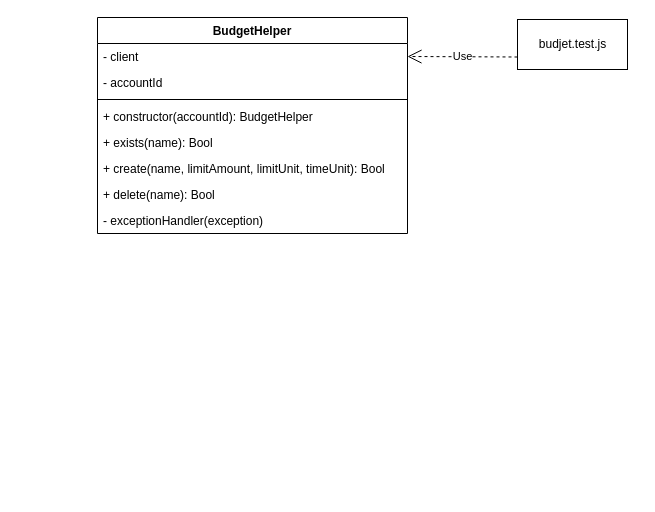
Earlier version of the draw.io diagram doc/class_diagram.drawio (NicolasGlassey/VIR1-COST). Source tidied: cells renumbered, new cells numbered last; positions are measured from the earlier drawing's top-left corner, leaving out a move shared by most shapes. Both pictures are drawn from the tidied source at 100%, with x=0, y=0 at pixel (97, 17).
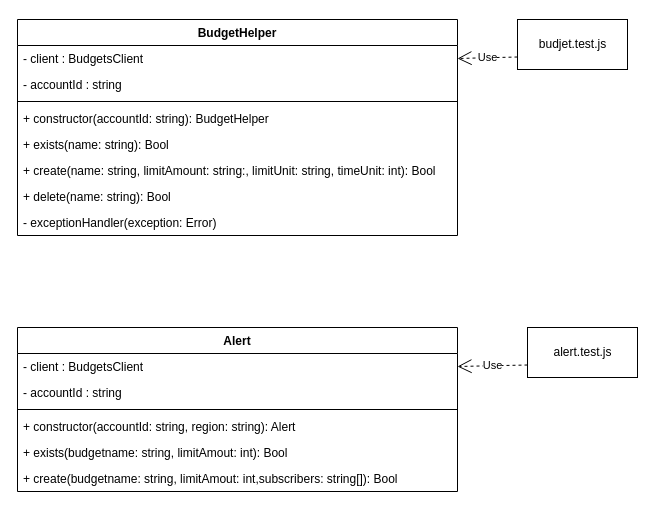
Above is the later version.

Commit message:
Update class diagram

What changed in the source:
```diff
@@
     <mxCell id="2" value="BudgetHelper" style="swimlane;fontStyle=1;align=center;verticalAlign=top;horizontal=1;startSize=26;" parent="1" vertex="1">
-      <mxGeometry width="310" height="216" as="geometry" />
+      <mxGeometry x="-80" y="2" width="440" height="216" as="geometry" />
     </mxCell>
-    <mxCell id="3" value="- client" style="text;strokeColor=none;fillColor=none;align=left;verticalAlign=top;spacingLeft=4;spacingRight=4;overflow=hidden;points=[[0,0.5],[1,0.5]];portConstraint=eastwest;" parent="2" vertex="1">
-      <mxGeometry y="26" width="310" height="26" as="geometry" />
+    <mxCell id="3" value="- client : BudgetsClient" style="text;strokeColor=none;fillColor=none;align=left;verticalAlign=top;spacingLeft=4;spacingRight=4;overflow=hidden;points=[[0,0.5],[1,0.5]];portConstraint=eastwest;" parent="2" vertex="1">
+      <mxGeometry y="26" width="440" height="26" as="geometry" />
     </mxCell>
-    <mxCell id="4" value="- accountId" style="text;strokeColor=none;fillColor=none;align=left;verticalAlign=top;spacingLeft=4;spacingRight=4;overflow=hidden;" parent="2" vertex="1">
-      <mxGeometry y="52" width="310" height="26" as="geometry" />
+    <mxCell id="4" value="- accountId : string" style="text;strokeColor=none;fillColor=none;align=left;verticalAlign=top;spacingLeft=4;spacingRight=4;overflow=hidden;" parent="2" vertex="1">
+      <mxGeometry y="52" width="440" height="26" as="geometry" />
     </mxCell>
     <mxCell id="5" style="line;strokeWidth=1;fillColor=none;align=left;verticalAlign=middle;spacingTop=-1;spacingLeft=3;spacingRight=3;labelPosition=right;" parent="2" vertex="1">
-      <mxGeometry y="78" width="310" height="8" as="geometry" />
+      <mxGeometry y="78" width="440" height="8" as="geometry" />
     </mxCell>
-    <mxCell id="6" value="+ constructor(accountId): BudgetHelper" style="text;strokeColor=none;fillColor=none;align=left;verticalAlign=top;spacingLeft=4;spacingRight=4;overflow=hidden;" parent="2" vertex="1">
-      <mxGeometry y="86" width="310" height="26" as="geometry" />
+    <mxCell id="6" value="+ constructor(accountId: string): BudgetHelper" style="text;strokeColor=none;fillColor=none;align=left;verticalAlign=top;spacingLeft=4;spacingRight=4;overflow=hidden;" parent="2" vertex="1">
+      <mxGeometry y="86" width="440" height="26" as="geometry" />
     </mxCell>
-    <mxCell id="7" value="+ exists(name): Bool" style="text;strokeColor=none;fillColor=none;align=left;verticalAlign=top;spacingLeft=4;spacingRight=4;overflow=hidden;" parent="2" vertex="1">
-      <mxGeometry y="112" width="310" height="26" as="geometry" />
+    <mxCell id="7" value="+ exists(name: string): Bool" style="text;strokeColor=none;fillColor=none;align=left;verticalAlign=top;spacingLeft=4;spacingRight=4;overflow=hidden;" parent="2" vertex="1">
+      <mxGeometry y="112" width="440" height="26" as="geometry" />
     </mxCell>
-    <mxCell id="8" value="+ create(name, limitAmount, limitUnit, timeUnit): Bool" style="text;strokeColor=none;fillColor=none;align=left;verticalAlign=top;spacingLeft=4;spacingRight=4;overflow=hidden;" parent="2" vertex="1">
-      <mxGeometry y="138" width="310" height="26" as="geometry" />
+    <mxCell id="8" value="+ create(name: string, limitAmount: string:, limitUnit: string, timeUnit: int): Bool" style="text;strokeColor=none;fillColor=none;align=left;verticalAlign=top;spacingLeft=4;spacingRight=4;overflow=hidden;" parent="2" vertex="1">
+      <mxGeometry y="138" width="440" height="26" as="geometry" />
     </mxCell>
-    <mxCell id="9" value="+ delete(name): Bool" style="text;strokeColor=none;fillColor=none;align=left;verticalAlign=top;spacingLeft=4;spacingRight=4;overflow=hidden;" parent="2" vertex="1">
-      <mxGeometry y="164" width="310" height="26" as="geometry" />
+    <mxCell id="9" value="+ delete(name: string): Bool" style="text;strokeColor=none;fillColor=none;align=left;verticalAlign=top;spacingLeft=4;spacingRight=4;overflow=hidden;" parent="2" vertex="1">
+      <mxGeometry y="164" width="440" height="26" as="geometry" />
     </mxCell>
-    <mxCell id="10" value="- exceptionHandler(exception)" style="text;strokeColor=none;fillColor=none;align=left;verticalAlign=top;spacingLeft=4;spacingRight=4;overflow=hidden;" parent="2" vertex="1">
-      <mxGeometry y="190" width="310" height="26" as="geometry" />
+    <mxCell id="10" value="- exceptionHandler(exception: Error)" style="text;strokeColor=none;fillColor=none;align=left;verticalAlign=top;spacingLeft=4;spacingRight=4;overflow=hidden;" parent="2" vertex="1">
+      <mxGeometry y="190" width="440" height="26" as="geometry" />
     </mxCell>
@@
+    <mxCell id="13" value="Alert" style="swimlane;fontStyle=1;align=center;verticalAlign=top;horizontal=1;startSize=26;" parent="1" vertex="1">
+      <mxGeometry x="-80" y="310" width="440" height="164" as="geometry" />
+    </mxCell>
+    <mxCell id="14" value="- client : BudgetsClient" style="text;strokeColor=none;fillColor=none;align=left;verticalAlign=top;spacingLeft=4;spacingRight=4;overflow=hidden;points=[[0,0.5],[1,0.5]];portConstraint=eastwest;" parent="13" vertex="1">
+      <mxGeometry y="26" width="440" height="26" as="geometry" />
+    </mxCell>
+    <mxCell id="15" value="- accountId : string" style="text;strokeColor=none;fillColor=none;align=left;verticalAlign=top;spacingLeft=4;spacingRight=4;overflow=hidden;" parent="13" vertex="1">
+      <mxGeometry y="52" width="440" height="26" as="geometry" />
+    </mxCell>
+    <mxCell id="16" style="line;strokeWidth=1;fillColor=none;align=left;verticalAlign=middle;spacingTop=-1;spacingLeft=3;spacingRight=3;labelPosition=right;" parent="13" vertex="1">
+      <mxGeometry y="78" width="440" height="8" as="geometry" />
+    </mxCell>
+    <mxCell id="17" value="+ constructor(accountId: string, region: string): Alert" style="text;strokeColor=none;fillColor=none;align=left;verticalAlign=top;spacingLeft=4;spacingRight=4;overflow=hidden;" parent="13" vertex="1">
+      <mxGeometry y="86" width="440" height="26" as="geometry" />
+    </mxCell>
+    <mxCell id="18" value="+ exists(budgetname: string, limitAmout: int): Bool" style="text;strokeColor=none;fillColor=none;align=left;verticalAlign=top;spacingLeft=4;spacingRight=4;overflow=hidden;" parent="13" vertex="1">
+      <mxGeometry y="112" width="440" height="26" as="geometry" />
+    </mxCell>
+    <mxCell id="19" value="+ create(budgetname: string, limitAmout: int,subscribers: string[]): Bool" style="text;strokeColor=none;fillColor=none;align=left;verticalAlign=top;spacingLeft=4;spacingRight=4;overflow=hidden;" parent="13" vertex="1">
+      <mxGeometry y="138" width="440" height="26" as="geometry" />
+    </mxCell>
+    <mxCell id="20" value="alert.test.js" style="html=1;" parent="1" vertex="1">
+      <mxGeometry x="430" y="310" width="110" height="50" as="geometry" />
+    </mxCell>
+    <mxCell id="21" value="Use" style="endArrow=open;endSize=12;dashed=1;html=1;entryX=1;entryY=0.5;entryDx=0;entryDy=0;exitX=0;exitY=0.75;exitDx=0;exitDy=0;" parent="1" edge="1" source="20" target="14">
+      <mxGeometry relative="1" as="geometry" />
+    </mxCell>
```
